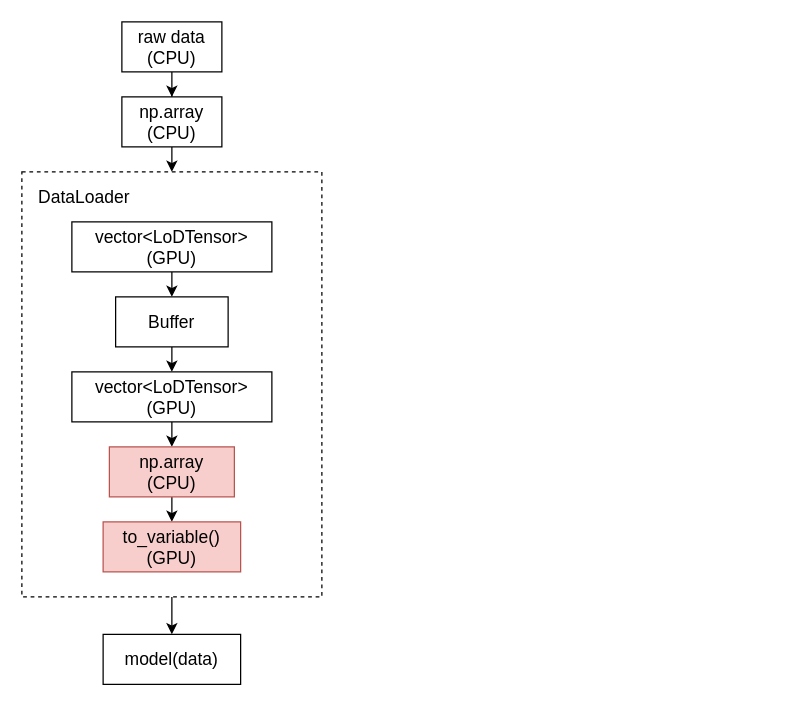
Earlier version of the draw.io diagram dygraph-data-loader.drawio (chenwhql/diagrams). Source tidied: cells renumbered, new cells numbered last; positions are measured from the earlier drawing's top-left corner, leaving out a move shared by most shapes. Both pictures are drawn from the tidied source at 125%, with x=0, y=0 at pixel (21, 21).
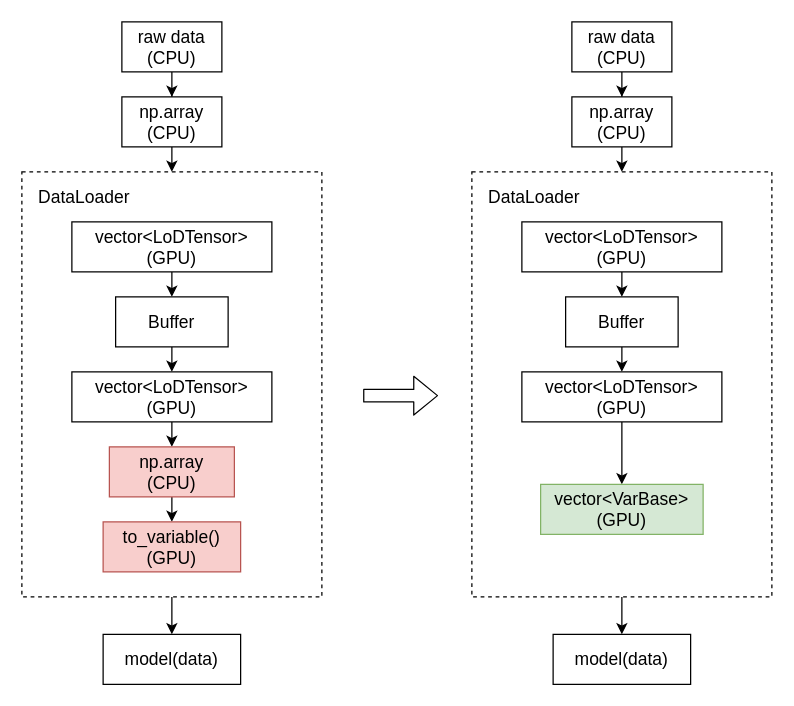
The same page after the edit.

What changed in the source:
```diff
@@
+    <mxCell id="19" style="rounded=0;whiteSpace=wrap;html=1;fillColor=none;dashed=1;align=right;labelPosition=left;verticalLabelPosition=top;verticalAlign=bottom;" parent="1" vertex="1">
+      <mxGeometry x="360" y="120" width="240" height="340" as="geometry" />
+    </mxCell>
@@
+    <mxCell id="20" style="edgeStyle=orthogonalEdgeStyle;rounded=0;jettySize=auto;html=1;exitX=0.5;exitY=1;exitDx=0;exitDy=0;" parent="1" edge="1" source="25" target="26">
+      <mxGeometry relative="1" as="geometry" />
+    </mxCell>
+    <mxCell id="21" style="edgeStyle=orthogonalEdgeStyle;rounded=0;jettySize=auto;html=1;exitX=0.5;exitY=1;exitDx=0;exitDy=0;entryX=0.5;entryY=0;entryDx=0;entryDy=0;" parent="1" edge="1" source="26" target="19">
+      <mxGeometry relative="1" as="geometry" />
+    </mxCell>
+    <mxCell id="22" style="edgeStyle=orthogonalEdgeStyle;rounded=0;jettySize=auto;html=1;entryX=0.5;entryY=0;entryDx=0;entryDy=0;" parent="1" edge="1" source="19" target="32">
+      <mxGeometry relative="1" as="geometry" />
+    </mxCell>
+    <mxCell id="23" style="edgeStyle=orthogonalEdgeStyle;rounded=0;jettySize=auto;html=1;exitX=0.5;exitY=1;exitDx=0;exitDy=0;entryX=0.5;entryY=0;entryDx=0;entryDy=0;" parent="1" edge="1" source="28" target="31">
+      <mxGeometry relative="1" as="geometry" />
+    </mxCell>
+    <mxCell id="24" style="edgeStyle=orthogonalEdgeStyle;rounded=0;jettySize=auto;html=1;exitX=0.5;exitY=1;exitDx=0;exitDy=0;entryX=0.5;entryY=0;entryDx=0;entryDy=0;" parent="1" edge="1" source="31" target="30">
+      <mxGeometry relative="1" as="geometry" />
+    </mxCell>
+    <mxCell id="25" value="&lt;font style=&quot;font-size: 14px&quot;&gt;raw data&lt;br&gt;(CPU)&lt;br&gt;&lt;/font&gt;" style="rounded=0;whiteSpace=wrap;html=1;" parent="1" vertex="1">
+      <mxGeometry x="440" width="80" height="40" as="geometry" />
+    </mxCell>
+    <mxCell id="26" value="&lt;span style=&quot;font-size: 14px&quot;&gt;np.array&lt;br&gt;(CPU)&lt;br&gt;&lt;/span&gt;" style="rounded=0;whiteSpace=wrap;html=1;" parent="1" vertex="1">
+      <mxGeometry x="440" y="60" width="80" height="40" as="geometry" />
+    </mxCell>
+    <mxCell id="27" value="&lt;font style=&quot;font-size: 14px&quot;&gt;DataLoader&lt;/font&gt;" style="text;html=1;strokeColor=none;fillColor=none;align=center;verticalAlign=middle;whiteSpace=wrap;rounded=0;dashed=1;" parent="1" vertex="1">
+      <mxGeometry x="390" y="130" width="40" height="20" as="geometry" />
+    </mxCell>
+    <mxCell id="28" value="&lt;span style=&quot;font-size: 14px&quot;&gt;vector&amp;lt;LoDTensor&amp;gt;&lt;br&gt;(GPU)&lt;br&gt;&lt;/span&gt;" style="rounded=0;whiteSpace=wrap;html=1;" parent="1" vertex="1">
+      <mxGeometry x="400" y="160" width="160" height="40" as="geometry" />
+    </mxCell>
+    <mxCell id="29" style="edgeStyle=orthogonalEdgeStyle;rounded=0;jettySize=auto;html=1;exitX=0.5;exitY=1;exitDx=0;exitDy=0;" parent="1" edge="1" source="30" target="33">
+      <mxGeometry relative="1" as="geometry" />
+    </mxCell>
+    <mxCell id="30" value="&lt;span style=&quot;font-size: 14px&quot;&gt;vector&amp;lt;LoDTensor&amp;gt;&lt;br&gt;(GPU)&lt;br&gt;&lt;/span&gt;" style="rounded=0;whiteSpace=wrap;html=1;" parent="1" vertex="1">
+      <mxGeometry x="400" y="280" width="160" height="40" as="geometry" />
+    </mxCell>
+    <mxCell id="31" value="&lt;font style=&quot;font-size: 14px&quot;&gt;Buffer&lt;/font&gt;" style="rounded=0;whiteSpace=wrap;html=1;" parent="1" vertex="1">
+      <mxGeometry x="435" y="220" width="90" height="40" as="geometry" />
+    </mxCell>
+    <mxCell id="32" value="&lt;span style=&quot;font-size: 14px&quot;&gt;model(data)&lt;br&gt;&lt;/span&gt;" style="rounded=0;whiteSpace=wrap;html=1;" parent="1" vertex="1">
+      <mxGeometry x="425" y="490" width="110" height="40" as="geometry" />
+    </mxCell>
+    <mxCell id="33" value="&lt;span style=&quot;font-size: 14px&quot;&gt;vector&amp;lt;VarBase&amp;gt;&lt;br&gt;(GPU)&lt;br&gt;&lt;/span&gt;" style="rounded=0;whiteSpace=wrap;html=1;fillColor=#d5e8d4;strokeColor=#82b366;" parent="1" vertex="1">
+      <mxGeometry x="415" y="370" width="130" height="40" as="geometry" />
+    </mxCell>
+    <mxCell id="34" style="shape=flexArrow;endArrow=classic;html=1;" parent="1" edge="1">
+      <mxGeometry relative="1" as="geometry">
+        <mxPoint x="273" y="299" as="sourcePoint" />
+        <mxPoint x="333" y="299" as="targetPoint" />
+      </mxGeometry>
+    </mxCell>
```
